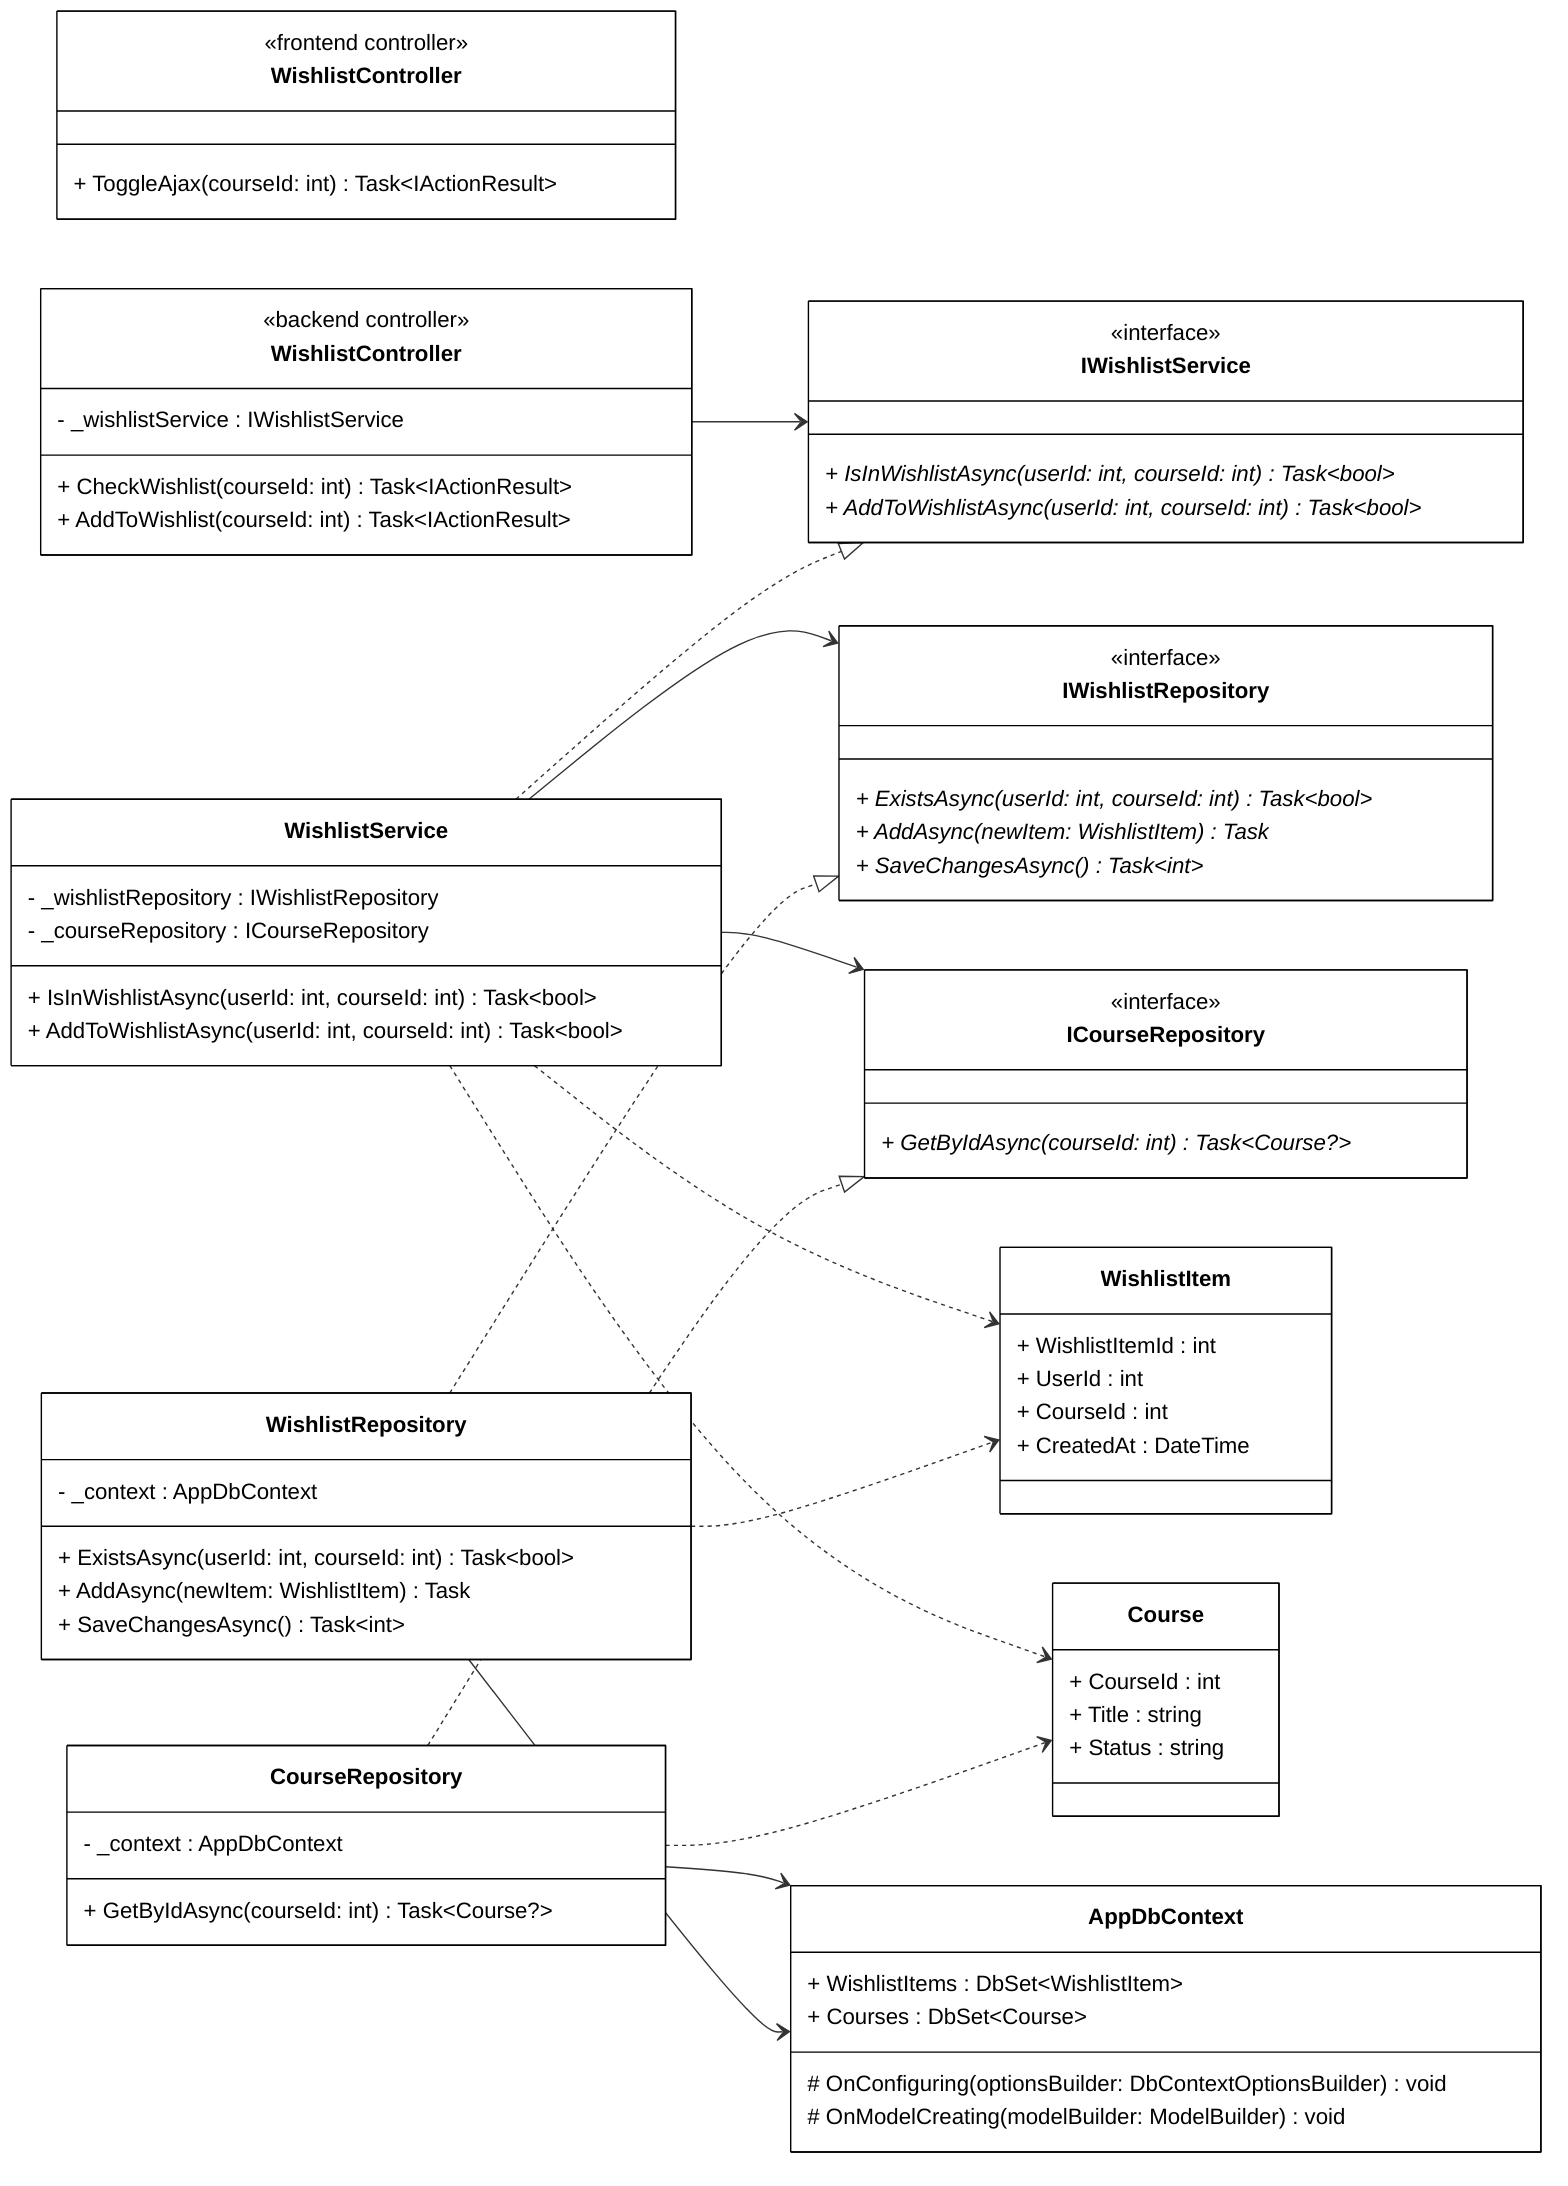
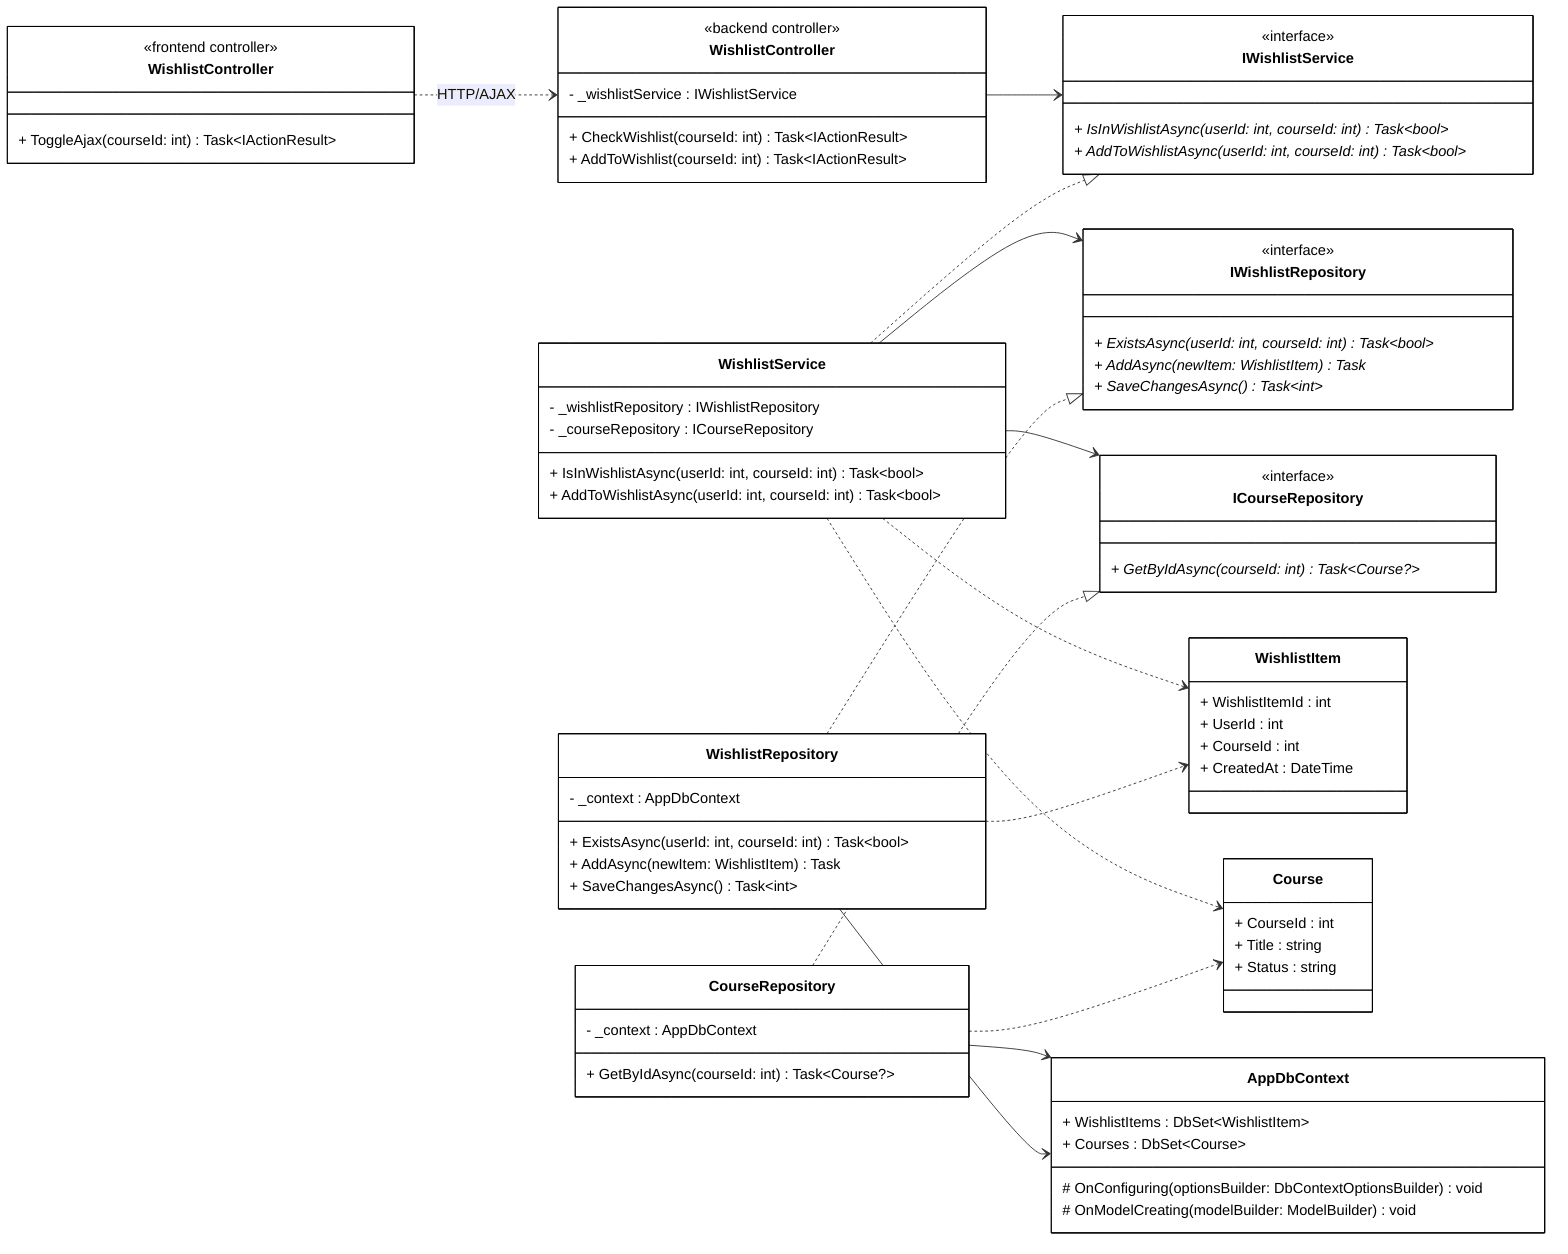
classDiagram
direction LR

%% ==================== FRONTEND ====================

class WishlistControllerFE["WishlistController"] {
    <<frontend controller>>
    + ToggleAjax(courseId: int) Task~IActionResult~
}

%% ==================== BACKEND - CONTROLLER ====================

class WishlistControllerBE["WishlistController"] {
    <<backend controller>>
    - _wishlistService : IWishlistService

    + CheckWishlist(courseId: int) Task~IActionResult~
    + AddToWishlist(courseId: int) Task~IActionResult~
}

%% ==================== BACKEND - DOMAIN ENTITIES ====================

class WishlistItem {
    + WishlistItemId : int
    + UserId : int
    + CourseId : int
    + CreatedAt : DateTime
}

class Course {
    + CourseId : int
    + Title : string
    + Status : string
}

%% ==================== BACKEND - SERVICE INTERFACES ====================

class IWishlistService {
    <<interface>>
    + IsInWishlistAsync(userId: int, courseId: int) Task~bool~ *
    + AddToWishlistAsync(userId: int, courseId: int) Task~bool~ *
}

class ICourseRepository {
    <<interface>>
    + GetByIdAsync(courseId: int) Task~Course?~ *
}

class IWishlistRepository {
    <<interface>>
    + ExistsAsync(userId: int, courseId: int) Task~bool~ *
    + AddAsync(newItem: WishlistItem) Task *
    + SaveChangesAsync() Task~int~ *
}

%% ==================== BACKEND - SERVICE IMPLEMENTATION ====================

class WishlistService {
    - _wishlistRepository : IWishlistRepository
    - _courseRepository : ICourseRepository

    + IsInWishlistAsync(userId: int, courseId: int) Task~bool~
    + AddToWishlistAsync(userId: int, courseId: int) Task~bool~
}

%% ==================== BACKEND - REPOSITORY IMPLEMENTATION ====================

class CourseRepository {
    - _context : AppDbContext

    + GetByIdAsync(courseId: int) Task~Course?~
}

class WishlistRepository {
    - _context : AppDbContext

    + ExistsAsync(userId: int, courseId: int) Task~bool~
    + AddAsync(newItem: WishlistItem) Task
    + SaveChangesAsync() Task~int~
}

%% ==================== BACKEND - DbContext ====================

class AppDbContext {
    + WishlistItems : DbSet~WishlistItem~
    + Courses : DbSet~Course~

    # OnConfiguring(optionsBuilder: DbContextOptionsBuilder) void
    # OnModelCreating(modelBuilder: ModelBuilder) void
}

%% ==================== RELATIONSHIPS ====================

%% === UNIDIRECTIONAL ASSOCIATION (solid arrow) ===
WishlistControllerBE --> IWishlistService
WishlistService --> IWishlistRepository
WishlistService --> ICourseRepository
CourseRepository --> AppDbContext
WishlistRepository --> AppDbContext

%% === INTERFACE REALIZATION ===
WishlistService ..|> IWishlistService
CourseRepository ..|> ICourseRepository
WishlistRepository ..|> IWishlistRepository

%% === DEPENDENCY (dashed arrows) ===
+ WishlistControllerFE ..> WishlistControllerBE : HTTP/AJAX
WishlistService ..> WishlistItem
WishlistService ..> Course
CourseRepository ..> Course
WishlistRepository ..> WishlistItem

%% ==================== STYLES ====================

classDef default fill:#FFFFFF,stroke:#000000,stroke-width:1px,color:#000000
